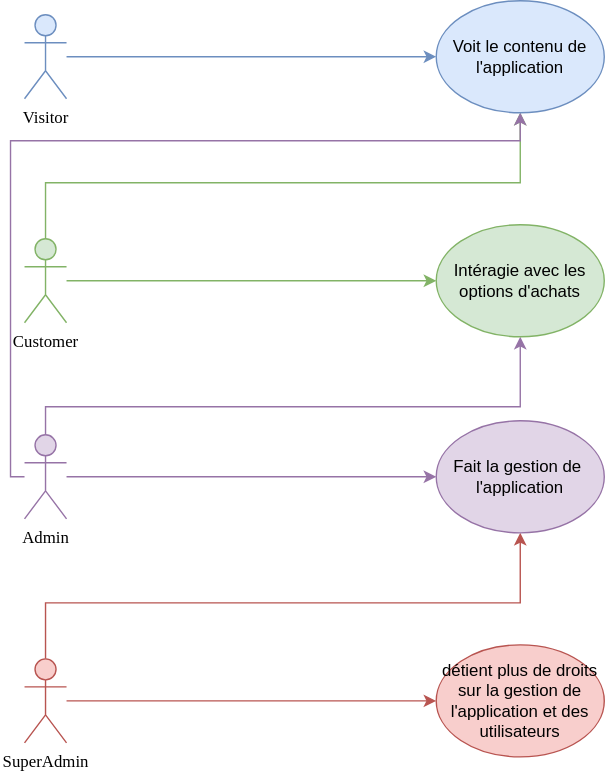
Before: Projet4.drawio.svg, a diagram exported from draw.io (Ashura100/Projet4). Source tidied: cells renumbered, new cells last; positions are measured from the earlier drawing's top-left corner, leaving out a move shared by most shapes. The source it was exported from:
```xml
<mxGraphModel>
  <root>
    <mxCell id="0" />
    <mxCell id="1" parent="0" />
    <mxCell id="2" style="edgeStyle=orthogonalEdgeStyle;rounded=0;jettySize=auto;html=1;entryX=0;entryY=0.5;entryDx=0;entryDy=0;fillColor=#dae8fc;strokeColor=#6c8ebf;" parent="1" edge="1" source="3" target="14">
      <mxGeometry relative="1" as="geometry" />
    </mxCell>
    <mxCell id="3" value="Visitor&lt;div&gt;&lt;br&gt;&lt;/div&gt;" style="shape=umlActor;verticalLabelPosition=bottom;verticalAlign=top;html=1;outlineConnect=0;fontFamily=Times New Roman;fillColor=#dae8fc;strokeColor=#6c8ebf;" parent="1" vertex="1">
      <mxGeometry x="10" y="10" width="30" height="60" as="geometry" />
    </mxCell>
    <mxCell id="4" style="edgeStyle=orthogonalEdgeStyle;rounded=0;jettySize=auto;html=1;fillColor=#d5e8d4;strokeColor=#82b366;" parent="1" edge="1" source="6" target="15">
      <mxGeometry relative="1" as="geometry" />
    </mxCell>
    <mxCell id="5" style="edgeStyle=orthogonalEdgeStyle;rounded=0;jettySize=auto;html=1;fillColor=#d5e8d4;strokeColor=#82b366;" parent="1" edge="1" source="6" target="14">
      <mxGeometry relative="1" as="geometry">
        <Array as="points">
          <mxPoint x="25" y="130" />
          <mxPoint x="364" y="130" />
        </Array>
      </mxGeometry>
    </mxCell>
    <mxCell id="6" value="&lt;font face=&quot;Times New Roman&quot;&gt;Customer&lt;/font&gt;" style="shape=umlActor;verticalLabelPosition=bottom;verticalAlign=top;html=1;outlineConnect=0;fillColor=#d5e8d4;strokeColor=#82b366;" parent="1" vertex="1">
      <mxGeometry x="10" y="170" width="30" height="60" as="geometry" />
    </mxCell>
    <mxCell id="7" style="edgeStyle=orthogonalEdgeStyle;rounded=0;jettySize=auto;html=1;entryX=0;entryY=0.5;entryDx=0;entryDy=0;fillColor=#e1d5e7;strokeColor=#9673a6;" parent="1" edge="1" source="10" target="16">
      <mxGeometry relative="1" as="geometry" />
    </mxCell>
    <mxCell id="8" style="edgeStyle=orthogonalEdgeStyle;rounded=0;jettySize=auto;html=1;fillColor=#e1d5e7;strokeColor=#9673a6;" parent="1" edge="1" source="10" target="15">
      <mxGeometry relative="1" as="geometry">
        <Array as="points">
          <mxPoint x="25" y="290" />
          <mxPoint x="364" y="290" />
        </Array>
      </mxGeometry>
    </mxCell>
    <mxCell id="9" style="edgeStyle=orthogonalEdgeStyle;rounded=0;jettySize=auto;html=1;entryX=0.5;entryY=1;entryDx=0;entryDy=0;fillColor=#e1d5e7;strokeColor=#9673a6;" parent="1" edge="1" source="10" target="14">
      <mxGeometry relative="1" as="geometry">
        <Array as="points">
          <mxPoint y="340" />
          <mxPoint y="100" />
          <mxPoint x="364" y="100" />
        </Array>
      </mxGeometry>
    </mxCell>
    <mxCell id="10" value="&lt;font face=&quot;Times New Roman&quot;&gt;Admin&lt;/font&gt;" style="shape=umlActor;verticalLabelPosition=bottom;verticalAlign=top;html=1;outlineConnect=0;fillColor=#e1d5e7;strokeColor=#9673a6;" parent="1" vertex="1">
      <mxGeometry x="10" y="310" width="30" height="60" as="geometry" />
    </mxCell>
    <mxCell id="11" style="edgeStyle=orthogonalEdgeStyle;rounded=0;jettySize=auto;html=1;fillColor=#f8cecc;strokeColor=#b85450;" parent="1" edge="1" source="13" target="17">
      <mxGeometry relative="1" as="geometry" />
    </mxCell>
    <mxCell id="12" style="edgeStyle=orthogonalEdgeStyle;rounded=0;jettySize=auto;html=1;entryX=0.5;entryY=1;entryDx=0;entryDy=0;fillColor=#f8cecc;strokeColor=#b85450;" parent="1" edge="1" source="13" target="16">
      <mxGeometry relative="1" as="geometry">
        <Array as="points">
          <mxPoint x="25" y="430" />
          <mxPoint x="364" y="430" />
        </Array>
      </mxGeometry>
    </mxCell>
    <mxCell id="13" value="&lt;font face=&quot;Times New Roman&quot;&gt;SuperAdmin&lt;/font&gt;" style="shape=umlActor;verticalLabelPosition=bottom;verticalAlign=top;html=1;outlineConnect=0;fillColor=#f8cecc;strokeColor=#b85450;" parent="1" vertex="1">
      <mxGeometry x="10" y="470" width="30" height="60" as="geometry" />
    </mxCell>
    <mxCell id="14" value="Voit le contenu de l'application" style="ellipse;whiteSpace=wrap;html=1;fillColor=#dae8fc;strokeColor=#6c8ebf;" parent="1" vertex="1">
      <mxGeometry x="304" width="120" height="80" as="geometry" />
    </mxCell>
    <mxCell id="15" value="&lt;div&gt;&lt;span style=&quot;background-color: initial;&quot;&gt;Intéragie avec les options d'achats&lt;/span&gt;&lt;br&gt;&lt;/div&gt;" style="ellipse;whiteSpace=wrap;html=1;fillColor=#d5e8d4;strokeColor=#82b366;" parent="1" vertex="1">
      <mxGeometry x="304" y="160" width="120" height="80" as="geometry" />
    </mxCell>
    <mxCell id="16" value="Fait la gestion de&amp;nbsp; l'application" style="ellipse;whiteSpace=wrap;html=1;fillColor=#e1d5e7;strokeColor=#9673a6;" parent="1" vertex="1">
      <mxGeometry x="304" y="300" width="120" height="80" as="geometry" />
    </mxCell>
    <mxCell id="17" value="détient plus de droits sur la gestion de l'application et des utilisateurs" style="ellipse;whiteSpace=wrap;html=1;fillColor=#f8cecc;strokeColor=#b85450;" parent="1" vertex="1">
      <mxGeometry x="304" y="460" width="120" height="80" as="geometry" />
    </mxCell>
  </root>
</mxGraphModel>
```
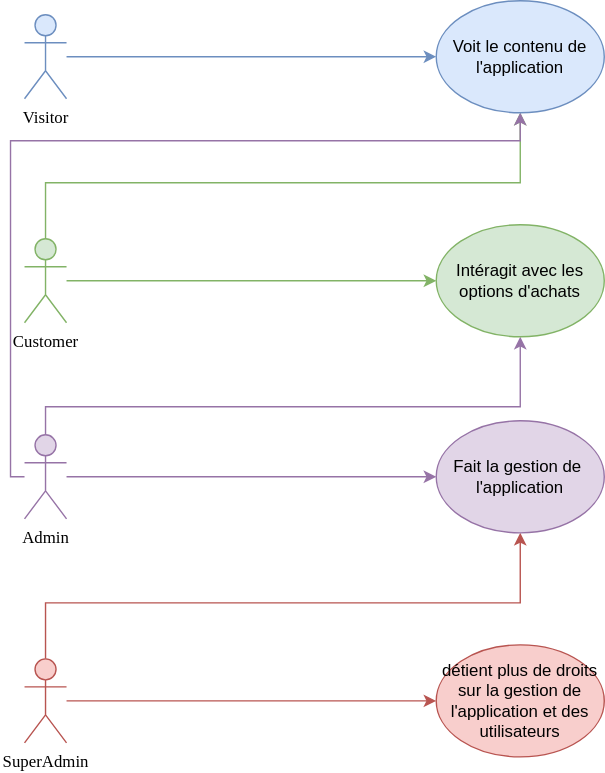
Later version of the same file.

Commit message:
Mettre à jour Projet4.drawio.svg

Change to the diagram source:
```diff
@@ -62,7 +62,7 @@
     <mxCell id="14" value="Voit le contenu de l'application" style="ellipse;whiteSpace=wrap;html=1;fillColor=#dae8fc;strokeColor=#6c8ebf;" parent="1" vertex="1">
       <mxGeometry x="304" width="120" height="80" as="geometry" />
     </mxCell>
-    <mxCell id="15" value="&lt;div&gt;&lt;span style=&quot;background-color: initial;&quot;&gt;Intéragie avec les options d'achats&lt;/span&gt;&lt;br&gt;&lt;/div&gt;" style="ellipse;whiteSpace=wrap;html=1;fillColor=#d5e8d4;strokeColor=#82b366;" parent="1" vertex="1">
+    <mxCell id="15" value="&lt;div&gt;&lt;span style=&quot;background-color: initial;&quot;&gt;Intéragit avec les options d'achats&lt;/span&gt;&lt;br&gt;&lt;/div&gt;" style="ellipse;whiteSpace=wrap;html=1;fillColor=#d5e8d4;strokeColor=#82b366;" parent="1" vertex="1">
       <mxGeometry x="304" y="160" width="120" height="80" as="geometry" />
     </mxCell>
     <mxCell id="16" value="Fait la gestion de&amp;nbsp; l'application" style="ellipse;whiteSpace=wrap;html=1;fillColor=#e1d5e7;strokeColor=#9673a6;" parent="1" vertex="1">
```
